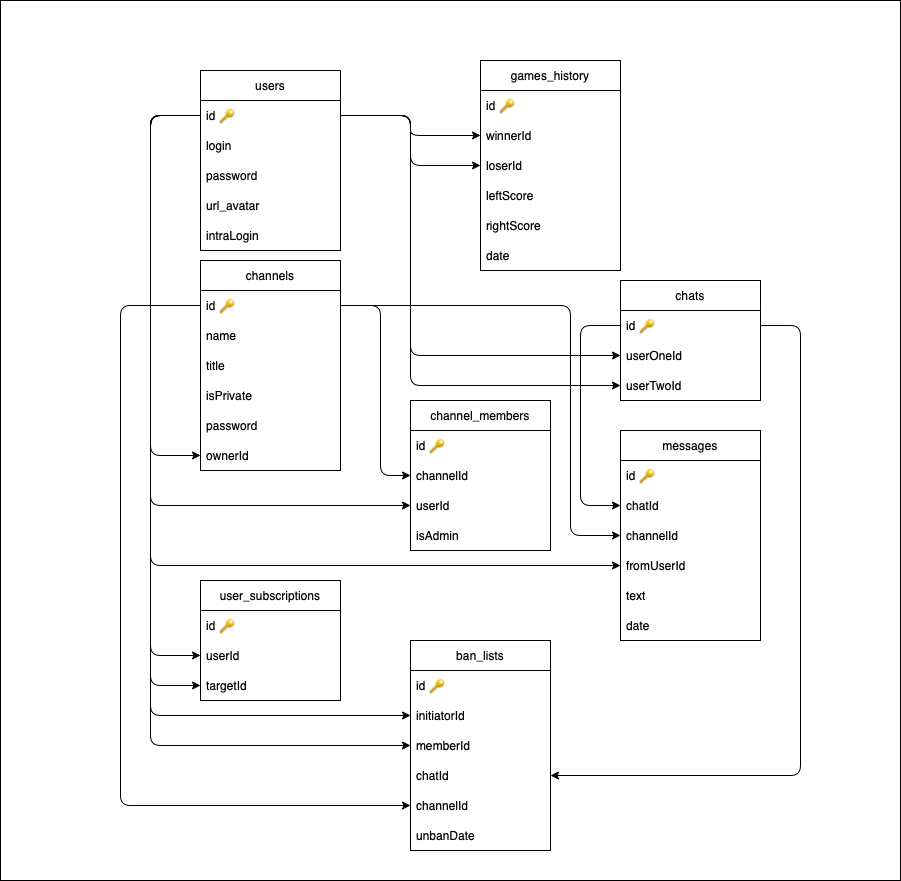
This is db/schema/relations.png from bandrw/ft_transcendence, a draw.io export, as it was before one commit. Source tidied: cells renumbered, new cells last; positions are measured from the earlier drawing's top-left corner, leaving out a move shared by most shapes.
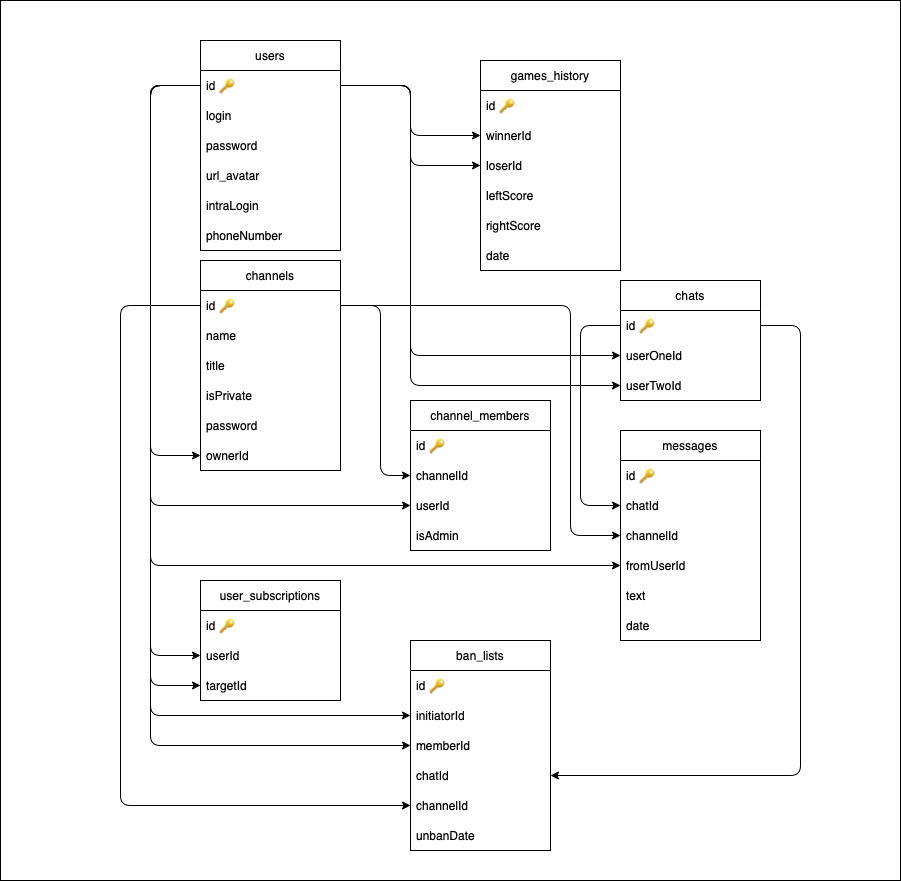
Above is the later version.

Commit message:
phoneNumber column added

What changed in the source:
```diff
@@ -6,7 +6,7 @@
       <mxGeometry width="900" height="880" as="geometry" />
     </mxCell>
     <mxCell id="3" value="users" style="swimlane;fontStyle=0;horizontal=1;startSize=30;" parent="1" vertex="1">
-      <mxGeometry x="200" y="70" width="140" height="180" as="geometry" />
+      <mxGeometry x="200" y="40" width="140" height="210" as="geometry" />
     </mxCell>
     <mxCell id="4" value="id 🔑" style="text;strokeColor=none;fillColor=none;align=left;verticalAlign=middle;spacingLeft=4;spacingRight=4;overflow=hidden;points=[[0,0.5],[1,0.5]];portConstraint=eastwest;" parent="3" vertex="1">
       <mxGeometry y="30" width="140" height="30" as="geometry" />
@@ -23,6 +23,9 @@
     <mxCell id="8" value="intraLogin" style="text;strokeColor=none;fillColor=none;align=left;verticalAlign=middle;spacingLeft=4;spacingRight=4;overflow=hidden;" parent="3" vertex="1">
       <mxGeometry y="150" width="140" height="30" as="geometry" />
     </mxCell>
+    <mxCell id="66" value="phoneNumber" style="text;strokeColor=none;fillColor=none;align=left;verticalAlign=middle;spacingLeft=4;spacingRight=4;overflow=hidden;" parent="3" vertex="1">
+      <mxGeometry y="180" width="140" height="30" as="geometry" />
+    </mxCell>
     <mxCell id="9" value="games_history" style="swimlane;fontStyle=0;horizontal=1;startSize=30;" parent="1" vertex="1">
       <mxGeometry x="480" y="60" width="140" height="210" as="geometry" />
     </mxCell>
@@ -47,7 +50,7 @@
     <mxCell id="16" style="endArrow=classic;html=1;rounded=1;exitX=1;exitY=0.5;exitDx=0;exitDy=0;entryX=0;entryY=0.5;entryDx=0;entryDy=0;" parent="1" edge="1" source="4" target="11">
       <mxGeometry relative="1" as="geometry">
         <Array as="points">
-          <mxPoint x="410" y="115" />
+          <mxPoint x="410" y="85" />
           <mxPoint x="410" y="135" />
         </Array>
       </mxGeometry>
@@ -55,7 +58,7 @@
     <mxCell id="17" style="endArrow=classic;html=1;rounded=1;exitX=1;exitY=0.5;exitDx=0;exitDy=0;entryX=0;entryY=0.5;entryDx=0;entryDy=0;" parent="1" edge="1" source="4" target="12">
       <mxGeometry relative="1" as="geometry">
         <Array as="points">
-          <mxPoint x="410" y="115" />
+          <mxPoint x="410" y="85" />
           <mxPoint x="410" y="165" />
         </Array>
       </mxGeometry>
@@ -99,7 +102,7 @@
     <mxCell id="30" style="endArrow=classic;html=1;rounded=1;exitX=0;exitY=0.5;exitDx=0;exitDy=0;entryX=0;entryY=0.5;entryDx=0;entryDy=0;" parent="1" edge="1" source="4" target="24">
       <mxGeometry relative="1" as="geometry">
         <Array as="points">
-          <mxPoint x="150" y="115" />
+          <mxPoint x="150" y="85" />
           <mxPoint x="150" y="455" />
         </Array>
       </mxGeometry>
@@ -115,7 +118,7 @@
     <mxCell id="32" style="endArrow=classic;html=1;rounded=1;exitX=0;exitY=0.5;exitDx=0;exitDy=0;entryX=0;entryY=0.5;entryDx=0;entryDy=0;" parent="1" edge="1" source="4" target="28">
       <mxGeometry relative="1" as="geometry">
         <Array as="points">
-          <mxPoint x="150" y="115" />
+          <mxPoint x="150" y="85" />
           <mxPoint x="150" y="505" />
         </Array>
       </mxGeometry>
@@ -144,7 +147,7 @@
     <mxCell id="40" style="endArrow=classic;html=1;rounded=1;exitX=0;exitY=0.5;exitDx=0;exitDy=0;entryX=0;entryY=0.5;entryDx=0;entryDy=0;" parent="1" edge="1" source="4" target="37">
       <mxGeometry relative="1" as="geometry">
         <Array as="points">
-          <mxPoint x="150" y="115" />
+          <mxPoint x="150" y="85" />
           <mxPoint x="150" y="565" />
         </Array>
       </mxGeometry>
@@ -176,7 +179,7 @@
     <mxCell id="49" style="endArrow=classic;html=1;rounded=1;exitX=0;exitY=0.5;exitDx=0;exitDy=0;entryX=0;entryY=0.5;entryDx=0;entryDy=0;" parent="1" edge="1" source="4" target="47">
       <mxGeometry relative="1" as="geometry">
         <Array as="points">
-          <mxPoint x="150" y="115" />
+          <mxPoint x="150" y="85" />
           <mxPoint x="150" y="655" />
         </Array>
       </mxGeometry>
@@ -184,7 +187,7 @@
     <mxCell id="50" style="endArrow=classic;html=1;rounded=1;exitX=0;exitY=0.5;exitDx=0;exitDy=0;entryX=0;entryY=0.5;entryDx=0;entryDy=0;" parent="1" edge="1" source="4" target="48">
       <mxGeometry relative="1" as="geometry">
         <Array as="points">
-          <mxPoint x="150" y="115" />
+          <mxPoint x="150" y="85" />
           <mxPoint x="150" y="685" />
         </Array>
       </mxGeometry>
@@ -209,7 +212,7 @@
     <mxCell id="53" style="endArrow=classic;html=1;rounded=1;exitX=1;exitY=0.5;exitDx=0;exitDy=0;entryX=0;entryY=0.5;entryDx=0;entryDy=0;" parent="1" edge="1" source="4" target="43">
       <mxGeometry relative="1" as="geometry">
         <Array as="points">
-          <mxPoint x="410" y="115" />
+          <mxPoint x="410" y="85" />
           <mxPoint x="410" y="355" />
         </Array>
       </mxGeometry>
@@ -217,7 +220,7 @@
     <mxCell id="54" style="endArrow=classic;html=1;rounded=1;exitX=1;exitY=0.5;exitDx=0;exitDy=0;entryX=0;entryY=0.5;entryDx=0;entryDy=0;" parent="1" edge="1" source="4" target="44">
       <mxGeometry relative="1" as="geometry">
         <Array as="points">
-          <mxPoint x="410" y="115" />
+          <mxPoint x="410" y="85" />
           <mxPoint x="410" y="385" />
         </Array>
       </mxGeometry>
@@ -262,7 +265,7 @@
     <mxCell id="64" style="endArrow=classic;html=1;rounded=1;exitX=0;exitY=0.5;exitDx=0;exitDy=0;entryX=0;entryY=0.5;entryDx=0;entryDy=0;" parent="1" edge="1" source="4" target="57">
       <mxGeometry relative="1" as="geometry">
         <Array as="points">
-          <mxPoint x="150" y="115" />
+          <mxPoint x="150" y="85" />
           <mxPoint x="150" y="715" />
         </Array>
       </mxGeometry>
@@ -270,7 +273,7 @@
     <mxCell id="65" style="endArrow=classic;html=1;rounded=1;exitX=0;exitY=0.5;exitDx=0;exitDy=0;entryX=0;entryY=0.5;entryDx=0;entryDy=0;" parent="1" edge="1" source="4" target="58">
       <mxGeometry relative="1" as="geometry">
         <Array as="points">
-          <mxPoint x="150" y="115" />
+          <mxPoint x="150" y="85" />
           <mxPoint x="150" y="745" />
         </Array>
       </mxGeometry>
```
